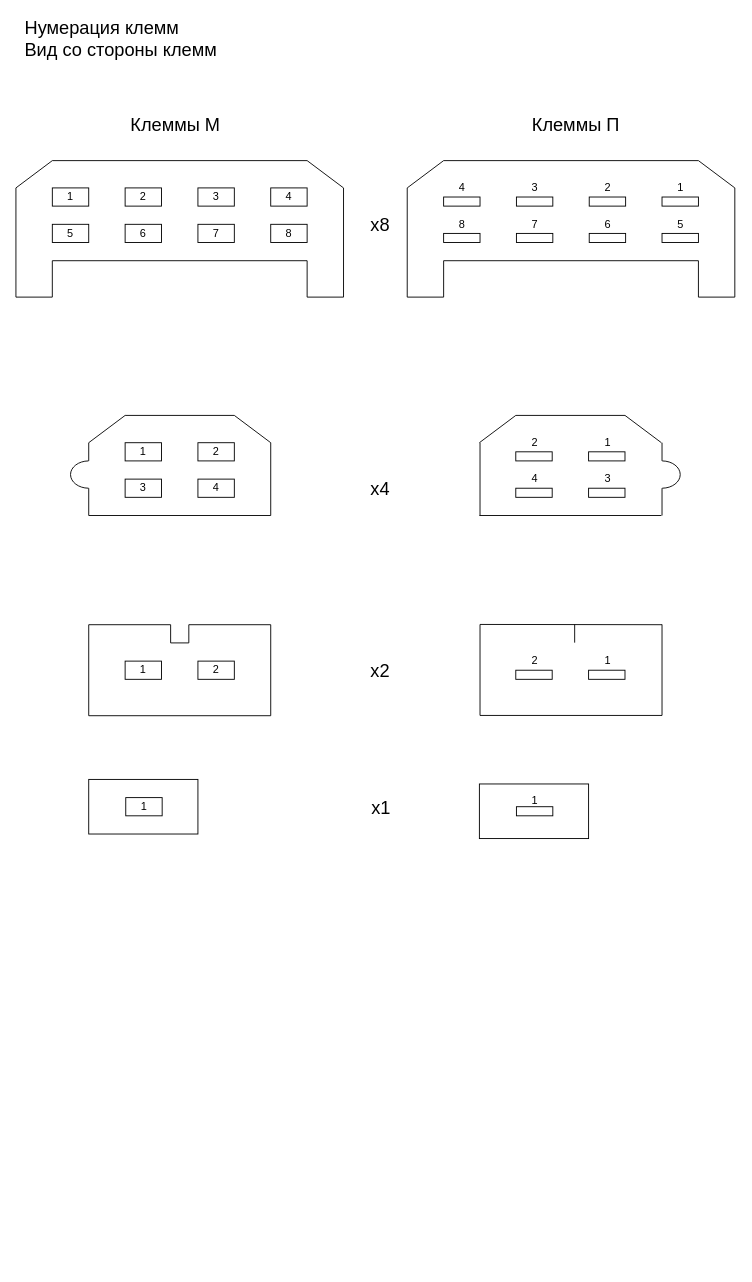
Before: updated-schematic.drawio in s-kanaev/gaz31105, a draw.io diagram. Source tidied: cells renumbered, new cells numbered last; positions are measured from the earlier drawing's top-left corner, leaving out a move shared by most shapes. Both pictures are drawn from the tidied source at 91%, with x=0, y=0 at pixel (15, 24).
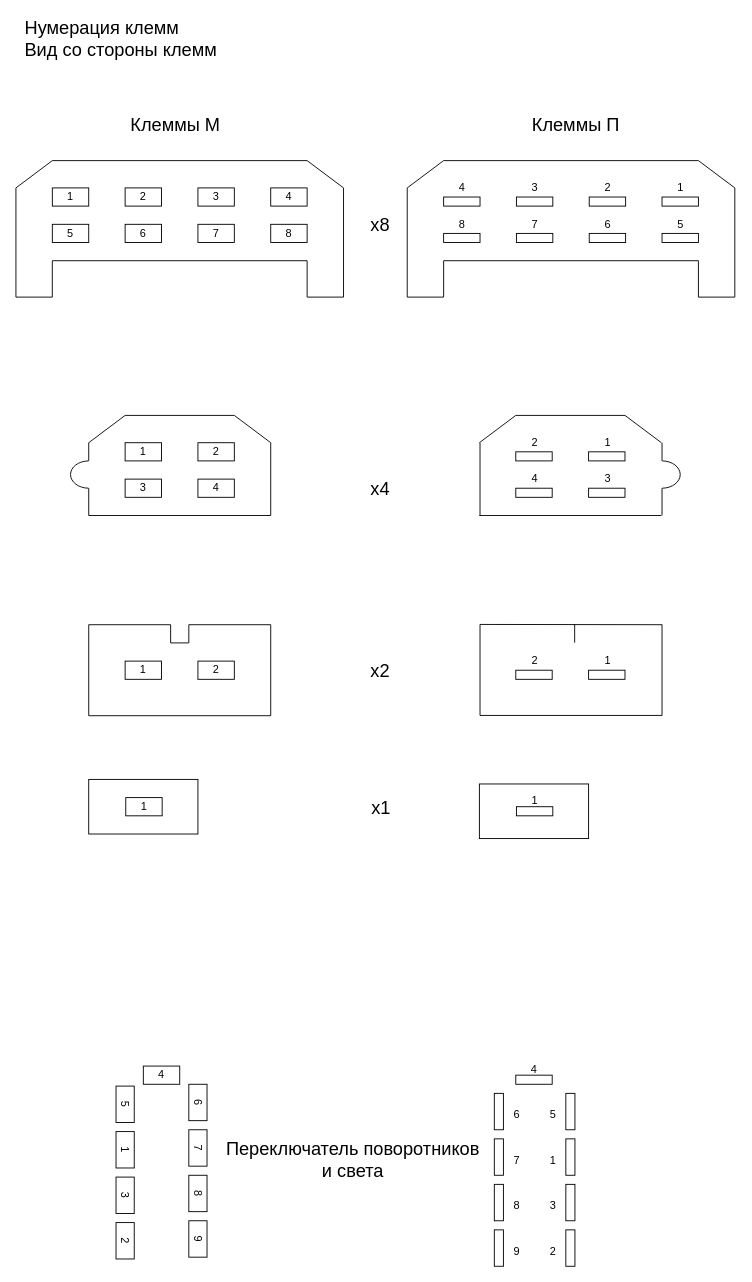
The same diagram, later.

Commit message (it also covers changes not shown here):
Add mapping of lights switch

What changed in the source:
```diff
@@
+    <mxCell id="104" style="rounded=0;whiteSpace=wrap;html=1;fontSize=20;fillColor=none;" parent="1" vertex="1">
+      <mxGeometry x="80" y="830" width="120" height="60" as="geometry" />
+    </mxCell>
@@
-    <mxCell id="104" style="rounded=0;whiteSpace=wrap;html=1;fontSize=20;fillColor=none;" parent="1" vertex="1">
-      <mxGeometry x="80" y="830" width="120" height="60" as="geometry" />
-    </mxCell>
+    <mxCell id="105" style="rounded=0;whiteSpace=wrap;html=1;" parent="1" vertex="1">
+      <mxGeometry x="549.3" y="1155" width="40" height="10" as="geometry" />
+    </mxCell>
+    <mxCell id="106" value="&lt;font style=&quot;font-size: 12px&quot;&gt;4&lt;/font&gt;" style="text;html=1;align=center;verticalAlign=middle;strokeColor=none;fillColor=none;fontSize=20;" parent="1" vertex="1">
+      <mxGeometry x="554.3" y="1125" width="30" height="40" as="geometry" />
+    </mxCell>
+    <mxCell id="107" style="rounded=0;whiteSpace=wrap;html=1;rotation=90;" parent="1" vertex="1">
+      <mxGeometry x="510.7" y="1190" width="40" height="10" as="geometry" />
+    </mxCell>
+    <mxCell id="108" value="&lt;font style=&quot;font-size: 12px&quot;&gt;6&lt;/font&gt;" style="text;html=1;align=center;verticalAlign=middle;strokeColor=none;fillColor=none;fontSize=20;" parent="1" vertex="1">
+      <mxGeometry x="535" y="1175" width="30" height="40" as="geometry" />
+    </mxCell>
+    <mxCell id="109" style="rounded=0;whiteSpace=wrap;html=1;rotation=90;" parent="1" vertex="1">
+      <mxGeometry x="510.7" y="1240" width="40" height="10" as="geometry" />
+    </mxCell>
+    <mxCell id="110" value="&lt;font style=&quot;font-size: 12px&quot;&gt;7&lt;/font&gt;" style="text;html=1;align=center;verticalAlign=middle;strokeColor=none;fillColor=none;fontSize=20;" parent="1" vertex="1">
+      <mxGeometry x="535" y="1225" width="30" height="40" as="geometry" />
+    </mxCell>
+    <mxCell id="111" style="rounded=0;whiteSpace=wrap;html=1;rotation=90;" parent="1" vertex="1">
+      <mxGeometry x="510.7" y="1290" width="40" height="10" as="geometry" />
+    </mxCell>
+    <mxCell id="112" value="&lt;font style=&quot;font-size: 12px&quot;&gt;8&lt;/font&gt;" style="text;html=1;align=center;verticalAlign=middle;strokeColor=none;fillColor=none;fontSize=20;" parent="1" vertex="1">
+      <mxGeometry x="535" y="1275" width="30" height="40" as="geometry" />
+    </mxCell>
+    <mxCell id="113" style="rounded=0;whiteSpace=wrap;html=1;rotation=90;" parent="1" vertex="1">
+      <mxGeometry x="510.7" y="1340" width="40" height="10" as="geometry" />
+    </mxCell>
+    <mxCell id="114" value="&lt;font style=&quot;font-size: 12px&quot;&gt;9&lt;/font&gt;" style="text;html=1;align=center;verticalAlign=middle;strokeColor=none;fillColor=none;fontSize=20;" parent="1" vertex="1">
+      <mxGeometry x="535" y="1325" width="30" height="40" as="geometry" />
+    </mxCell>
+    <mxCell id="115" style="rounded=0;whiteSpace=wrap;html=1;rotation=90;" parent="1" vertex="1">
+      <mxGeometry x="589.3" y="1190" width="40" height="10" as="geometry" />
+    </mxCell>
+    <mxCell id="116" style="rounded=0;whiteSpace=wrap;html=1;rotation=90;" parent="1" vertex="1">
+      <mxGeometry x="589.3" y="1240" width="40" height="10" as="geometry" />
+    </mxCell>
+    <mxCell id="117" style="rounded=0;whiteSpace=wrap;html=1;rotation=90;" parent="1" vertex="1">
+      <mxGeometry x="589.3" y="1290" width="40" height="10" as="geometry" />
+    </mxCell>
+    <mxCell id="118" style="rounded=0;whiteSpace=wrap;html=1;rotation=90;" parent="1" vertex="1">
+      <mxGeometry x="589.3" y="1340" width="40" height="10" as="geometry" />
+    </mxCell>
+    <mxCell id="119" value="&lt;font style=&quot;font-size: 12px&quot;&gt;5&lt;/font&gt;" style="text;html=1;align=center;verticalAlign=middle;strokeColor=none;fillColor=none;fontSize=20;" parent="1" vertex="1">
+      <mxGeometry x="575" y="1175" width="30" height="40" as="geometry" />
+    </mxCell>
+    <mxCell id="120" value="&lt;font style=&quot;font-size: 12px&quot;&gt;1&lt;/font&gt;" style="text;html=1;align=center;verticalAlign=middle;strokeColor=none;fillColor=none;fontSize=20;" parent="1" vertex="1">
+      <mxGeometry x="580" y="1230" width="20" height="30" as="geometry" />
+    </mxCell>
+    <mxCell id="121" value="&lt;font style=&quot;font-size: 12px&quot;&gt;3&lt;/font&gt;" style="text;html=1;align=center;verticalAlign=middle;strokeColor=none;fillColor=none;fontSize=20;" parent="1" vertex="1">
+      <mxGeometry x="575" y="1275" width="30" height="40" as="geometry" />
+    </mxCell>
+    <mxCell id="122" value="&lt;font style=&quot;font-size: 12px&quot;&gt;2&lt;/font&gt;" style="text;html=1;align=center;verticalAlign=middle;strokeColor=none;fillColor=none;fontSize=20;" parent="1" vertex="1">
+      <mxGeometry x="575" y="1325" width="30" height="40" as="geometry" />
+    </mxCell>
+    <mxCell id="123" value="&lt;font style=&quot;font-size: 12px&quot;&gt;4&lt;/font&gt;" style="rounded=0;whiteSpace=wrap;html=1;" parent="1" vertex="1">
+      <mxGeometry x="140" y="1145" width="40" height="20" as="geometry" />
+    </mxCell>
+    <mxCell id="124" value="&lt;font style=&quot;font-size: 12px&quot;&gt;5&lt;/font&gt;" style="rounded=0;whiteSpace=wrap;html=1;rotation=90;" parent="1" vertex="1">
+      <mxGeometry x="100" y="1177" width="40" height="20" as="geometry" />
+    </mxCell>
+    <mxCell id="125" value="&lt;font style=&quot;font-size: 12px&quot;&gt;1&lt;/font&gt;" style="rounded=0;whiteSpace=wrap;html=1;rotation=90;" parent="1" vertex="1">
+      <mxGeometry x="100" y="1227" width="40" height="20" as="geometry" />
+    </mxCell>
+    <mxCell id="126" value="&lt;font style=&quot;font-size: 12px&quot;&gt;3&lt;/font&gt;" style="rounded=0;whiteSpace=wrap;html=1;rotation=90;" parent="1" vertex="1">
+      <mxGeometry x="100" y="1277" width="40" height="20" as="geometry" />
+    </mxCell>
+    <mxCell id="127" value="&lt;font style=&quot;font-size: 12px&quot;&gt;2&lt;/font&gt;" style="rounded=0;whiteSpace=wrap;html=1;rotation=90;" parent="1" vertex="1">
+      <mxGeometry x="100" y="1327" width="40" height="20" as="geometry" />
+    </mxCell>
+    <mxCell id="128" value="&lt;font style=&quot;font-size: 12px&quot;&gt;6&lt;/font&gt;" style="rounded=0;whiteSpace=wrap;html=1;rotation=90;" parent="1" vertex="1">
+      <mxGeometry x="180" y="1175" width="40" height="20" as="geometry" />
+    </mxCell>
+    <mxCell id="129" value="&lt;font style=&quot;font-size: 12px&quot;&gt;7&lt;/font&gt;" style="rounded=0;whiteSpace=wrap;html=1;rotation=90;" parent="1" vertex="1">
+      <mxGeometry x="180" y="1225" width="40" height="20" as="geometry" />
+    </mxCell>
+    <mxCell id="130" value="&lt;font style=&quot;font-size: 12px&quot;&gt;8&lt;/font&gt;" style="rounded=0;whiteSpace=wrap;html=1;rotation=90;" parent="1" vertex="1">
+      <mxGeometry x="180" y="1275" width="40" height="20" as="geometry" />
+    </mxCell>
+    <mxCell id="131" value="&lt;font style=&quot;font-size: 12px&quot;&gt;9&lt;/font&gt;" style="rounded=0;whiteSpace=wrap;html=1;rotation=90;" parent="1" vertex="1">
+      <mxGeometry x="180" y="1325" width="40" height="20" as="geometry" />
+    </mxCell>
+    <mxCell id="132" value="&lt;font style=&quot;font-size: 20px&quot;&gt;Переключатель поворотников&lt;br&gt;и света&lt;br&gt;&lt;/font&gt;" style="text;html=1;align=center;verticalAlign=middle;strokeColor=none;fillColor=none;" parent="1" vertex="1">
+      <mxGeometry x="220" y="1217" width="300" height="60" as="geometry" />
+    </mxCell>
```
